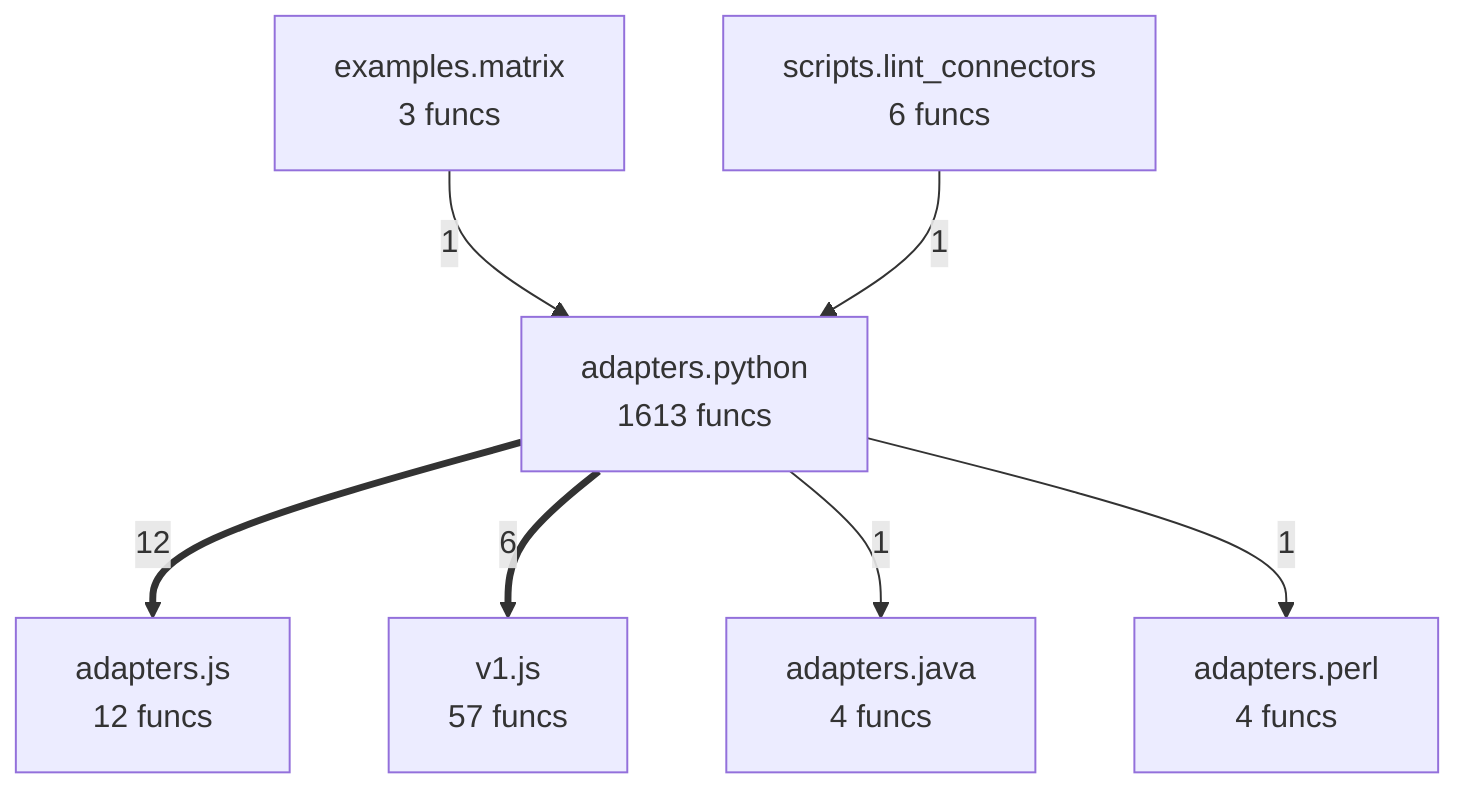
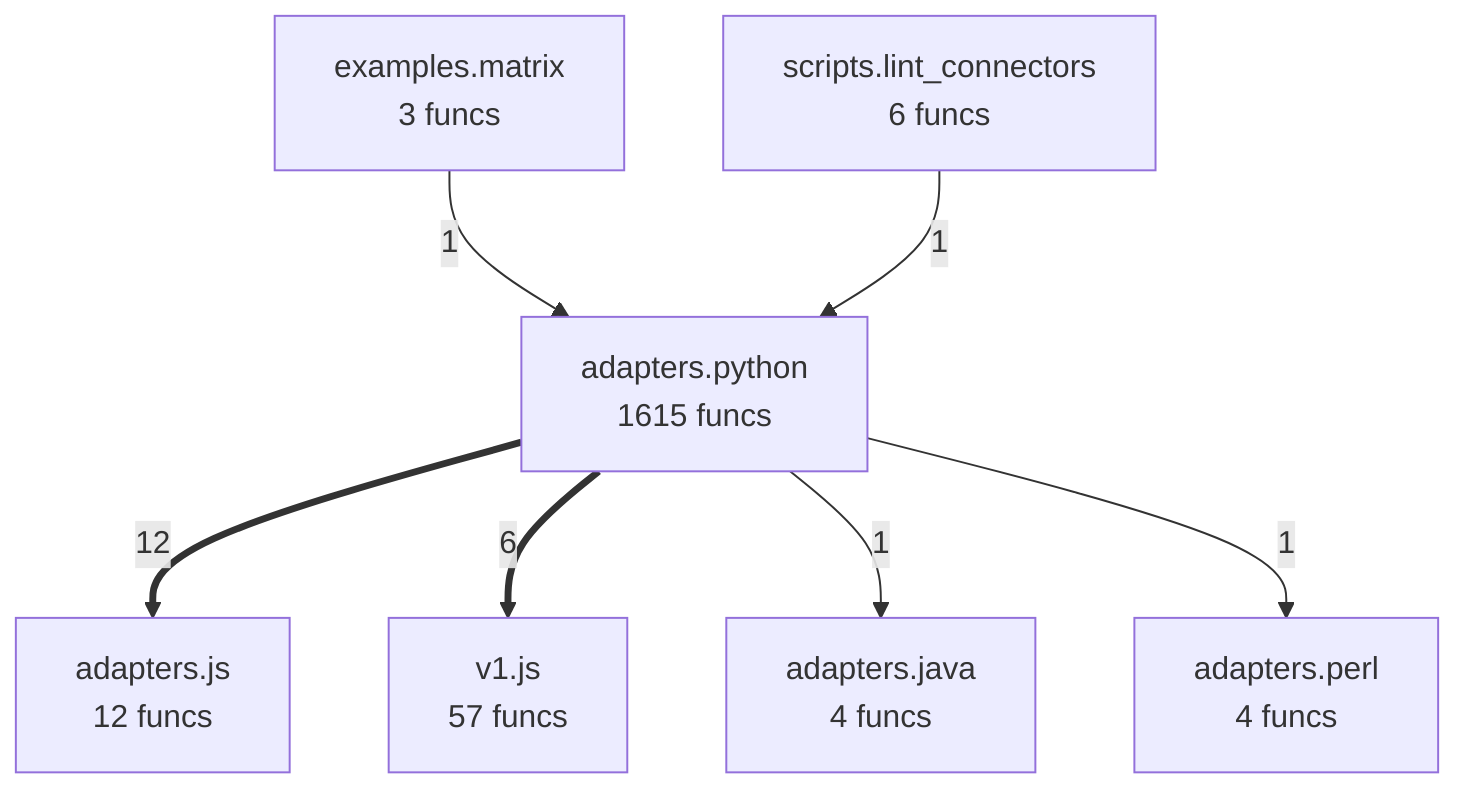
flowchart TD
%% generated in 0.04s
    adapters__java["adapters.java<br/>4 funcs"]
    adapters__js["adapters.js<br/>12 funcs"]
    adapters__perl["adapters.perl<br/>4 funcs"]
-     adapters__python["adapters.python<br/>1613 funcs"]
+     adapters__python["adapters.python<br/>1615 funcs"]
    examples__matrix["examples.matrix<br/>3 funcs"]
    scripts__lint_connectors["scripts.lint_connectors<br/>6 funcs"]
    v1__js["v1.js<br/>57 funcs"]
    adapters__python ==>|12| adapters__js
    adapters__python ==>|6| v1__js
    examples__matrix -->|1| adapters__python
    scripts__lint_connectors -->|1| adapters__python
    adapters__python -->|1| adapters__java
    adapters__python -->|1| adapters__perl
